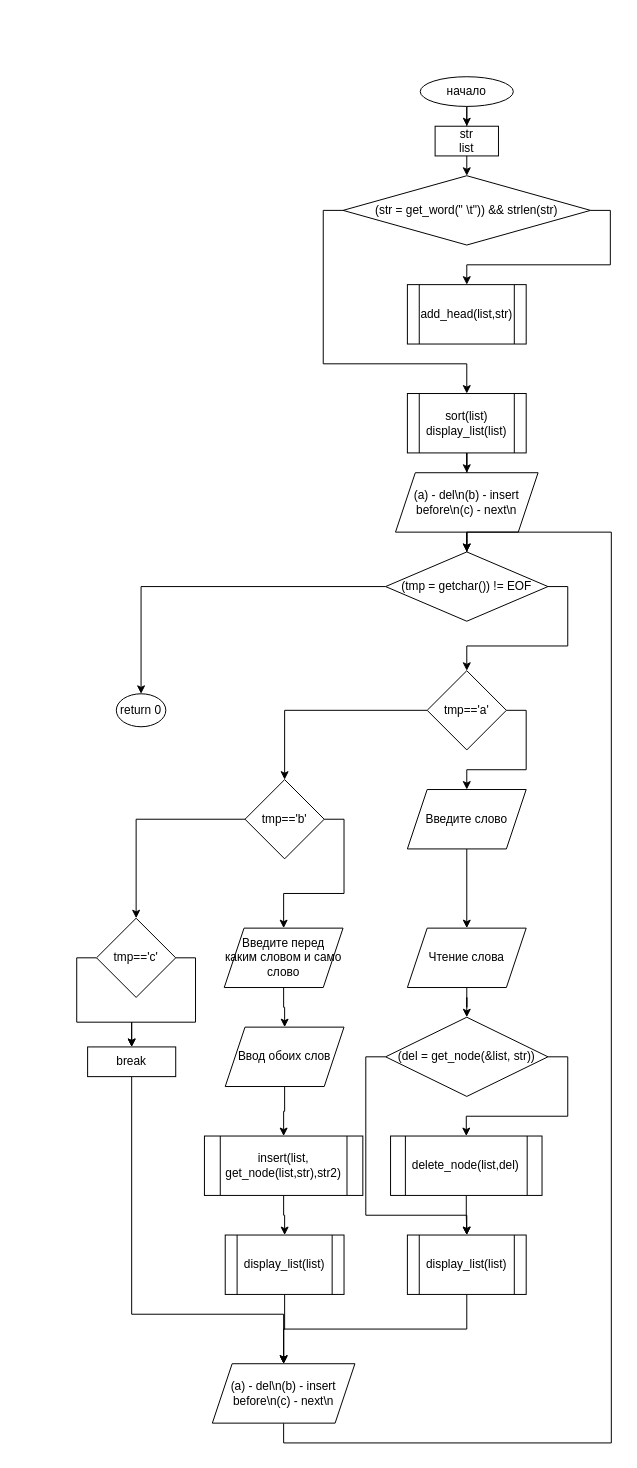
Before: page "main" (1 of 7) of lab6.drawio in Alvald1/draw.io, a draw.io diagram. Source tidied: cells renumbered, new cells numbered last; positions are measured from the earlier drawing's top-left corner, leaving out a move shared by most shapes. Both pictures are drawn from the tidied source at 99%, with x=0, y=0 at pixel (87, 76).
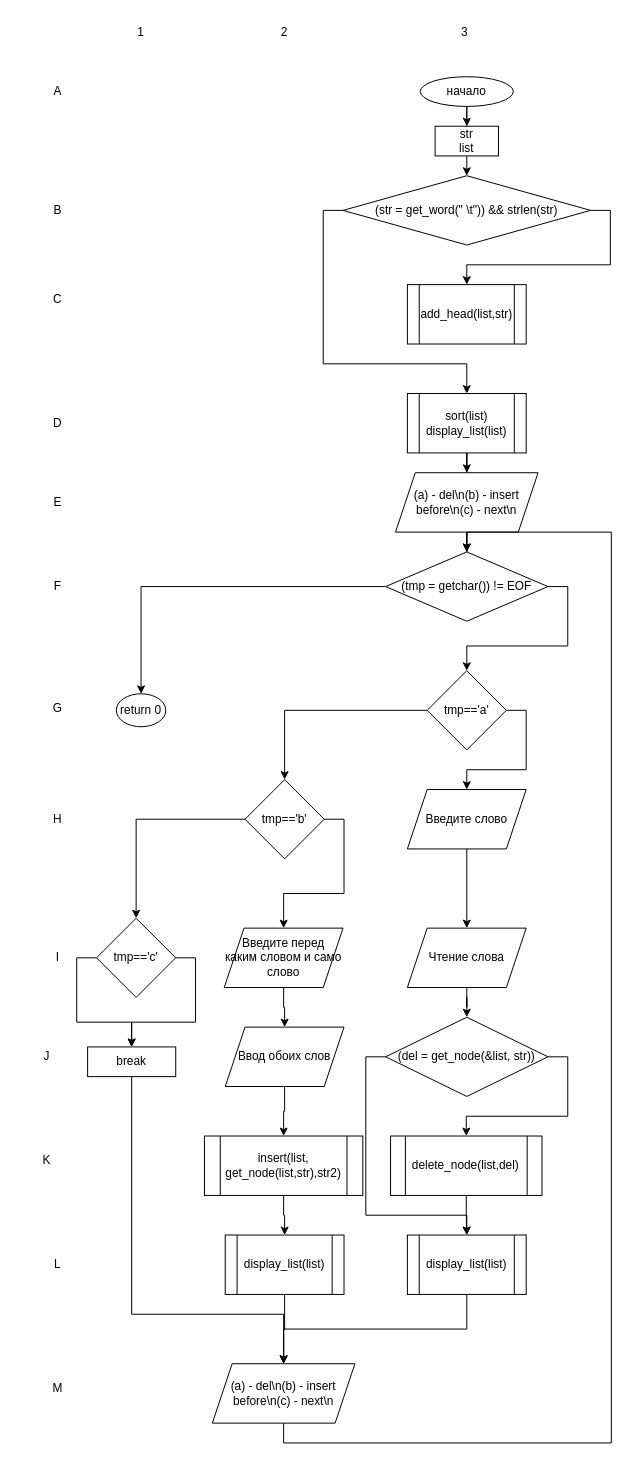
The same page after the edit.

Change to the diagram source:
```diff
@@
+    <mxCell id="50" value="1" style="text;html=1;strokeColor=none;fillColor=none;align=center;verticalAlign=middle;whiteSpace=wrap;rounded=0;" parent="1" vertex="1">
+      <mxGeometry x="24" y="-60" width="60" height="30" as="geometry" />
+    </mxCell>
+    <mxCell id="51" value="2" style="text;html=1;strokeColor=none;fillColor=none;align=center;verticalAlign=middle;whiteSpace=wrap;rounded=0;" parent="1" vertex="1">
+      <mxGeometry x="169" y="-60" width="60" height="30" as="geometry" />
+    </mxCell>
+    <mxCell id="52" value="3" style="text;html=1;strokeColor=none;fillColor=none;align=center;verticalAlign=middle;whiteSpace=wrap;rounded=0;" parent="1" vertex="1">
+      <mxGeometry x="351" y="-60" width="60" height="30" as="geometry" />
+    </mxCell>
+    <mxCell id="53" value="A" style="text;html=1;strokeColor=none;fillColor=none;align=center;verticalAlign=middle;whiteSpace=wrap;rounded=0;" parent="1" vertex="1">
+      <mxGeometry x="-60" width="60" height="30" as="geometry" />
+    </mxCell>
+    <mxCell id="54" value="B" style="text;html=1;strokeColor=none;fillColor=none;align=center;verticalAlign=middle;whiteSpace=wrap;rounded=0;" parent="1" vertex="1">
+      <mxGeometry x="-60" y="120" width="60" height="30" as="geometry" />
+    </mxCell>
+    <mxCell id="55" value="C" style="text;html=1;strokeColor=none;fillColor=none;align=center;verticalAlign=middle;whiteSpace=wrap;rounded=0;" parent="1" vertex="1">
+      <mxGeometry x="-60" y="210" width="60" height="30" as="geometry" />
+    </mxCell>
+    <mxCell id="56" value="D" style="text;html=1;strokeColor=none;fillColor=none;align=center;verticalAlign=middle;whiteSpace=wrap;rounded=0;" parent="1" vertex="1">
+      <mxGeometry x="-60" y="335" width="60" height="30" as="geometry" />
+    </mxCell>
+    <mxCell id="57" value="E" style="text;html=1;strokeColor=none;fillColor=none;align=center;verticalAlign=middle;whiteSpace=wrap;rounded=0;" parent="1" vertex="1">
+      <mxGeometry x="-60" y="415" width="60" height="30" as="geometry" />
+    </mxCell>
+    <mxCell id="58" value="F" style="text;html=1;strokeColor=none;fillColor=none;align=center;verticalAlign=middle;whiteSpace=wrap;rounded=0;" parent="1" vertex="1">
+      <mxGeometry x="-60" y="500" width="60" height="30" as="geometry" />
+    </mxCell>
+    <mxCell id="59" value="G" style="text;html=1;strokeColor=none;fillColor=none;align=center;verticalAlign=middle;whiteSpace=wrap;rounded=0;" parent="1" vertex="1">
+      <mxGeometry x="-60" y="623.3" width="60" height="30" as="geometry" />
+    </mxCell>
+    <mxCell id="60" value="H" style="text;html=1;strokeColor=none;fillColor=none;align=center;verticalAlign=middle;whiteSpace=wrap;rounded=0;" parent="1" vertex="1">
+      <mxGeometry x="-60" y="735" width="60" height="30" as="geometry" />
+    </mxCell>
+    <mxCell id="61" value="I" style="text;html=1;strokeColor=none;fillColor=none;align=center;verticalAlign=middle;whiteSpace=wrap;rounded=0;" parent="1" vertex="1">
+      <mxGeometry x="-60" y="875" width="60" height="30" as="geometry" />
+    </mxCell>
+    <mxCell id="62" value="J" style="text;html=1;strokeColor=none;fillColor=none;align=center;verticalAlign=middle;whiteSpace=wrap;rounded=0;" parent="1" vertex="1">
+      <mxGeometry x="-71" y="975" width="60" height="30" as="geometry" />
+    </mxCell>
+    <mxCell id="63" value="K" style="text;html=1;strokeColor=none;fillColor=none;align=center;verticalAlign=middle;whiteSpace=wrap;rounded=0;" parent="1" vertex="1">
+      <mxGeometry x="-71" y="1080" width="60" height="30" as="geometry" />
+    </mxCell>
+    <mxCell id="64" value="L" style="text;html=1;strokeColor=none;fillColor=none;align=center;verticalAlign=middle;whiteSpace=wrap;rounded=0;" parent="1" vertex="1">
+      <mxGeometry x="-60" y="1185" width="60" height="30" as="geometry" />
+    </mxCell>
+    <mxCell id="65" value="M" style="text;html=1;strokeColor=none;fillColor=none;align=center;verticalAlign=middle;whiteSpace=wrap;rounded=0;" parent="1" vertex="1">
+      <mxGeometry x="-60" y="1310" width="60" height="30" as="geometry" />
+    </mxCell>
```
